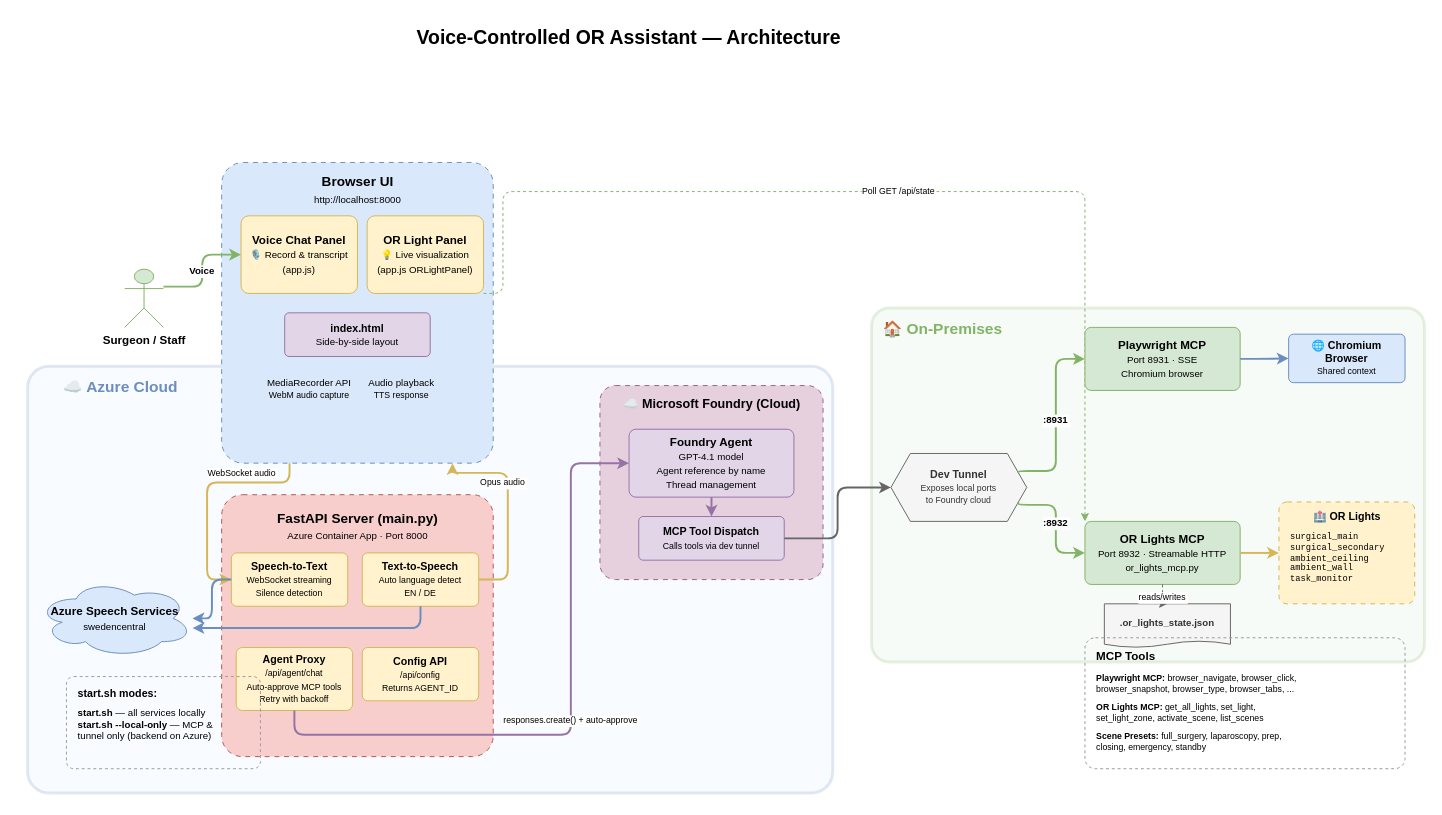
Earlier version of the draw.io diagram voice-ui-approach/architecture.drawio (beyondelastic/speech-demo). Source tidied: cells renumbered, new cells numbered last; positions are measured from the earlier drawing's top-left corner, leaving out a move shared by most shapes. Both pictures are drawn from the tidied source at 97%, with x=0, y=0 at pixel (27, 16).
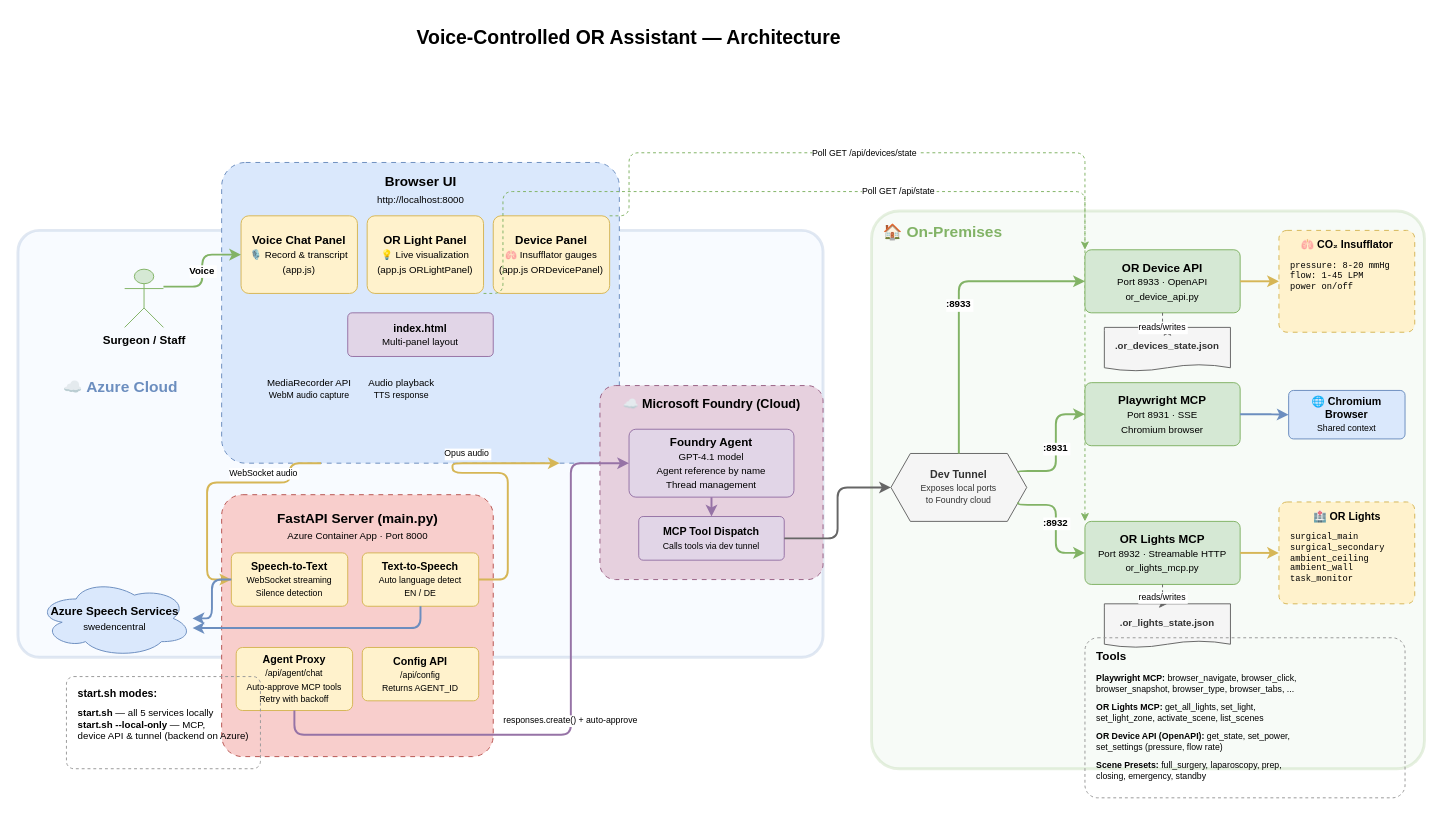
The same page after the edit.

Commit message (it also covers changes not shown here):
feat: Add OR Medical Device Controller API and UI enhancements

Unchanged cells that the change refers to:
```xml
<mxCell id="34" value="Dev Tunnel&lt;br&gt;&lt;font style=&quot;font-size:9px;font-weight:normal;&quot;&gt;Exposes local ports&lt;br&gt;to Foundry cloud&lt;/font&gt;" style="shape=hexagon;perimeter=hexagonPerimeter2;whiteSpace=wrap;html=1;fixedSize=1;fillColor=#f5f5f5;strokeColor=#666666;fontColor=#333333;fontSize=11;fontStyle=1;" parent="1" vertex="1">
  <mxGeometry x="890" y="450" width="140" height="70" as="geometry" />
</mxCell>
```

Diff of the diagram source:
```diff
@@
     <mxCell id="3" style="rounded=1;whiteSpace=wrap;html=1;fillColor=#dae8fc;strokeColor=#6c8ebf;opacity=20;arcSize=5;strokeWidth=3;" parent="1" vertex="1">
-      <mxGeometry y="360" width="830" height="440" as="geometry" />
+      <mxGeometry x="-10" y="220" width="830" height="440" as="geometry" />
     </mxCell>
@@
     <mxCell id="5" style="rounded=1;whiteSpace=wrap;html=1;fillColor=#d5e8d4;strokeColor=#82b366;opacity=20;arcSize=5;strokeWidth=3;" parent="1" vertex="1">
-      <mxGeometry x="870" y="300" width="570" height="365" as="geometry" />
+      <mxGeometry x="870" y="200" width="570" height="575" as="geometry" />
     </mxCell>
     <mxCell id="6" value="🏠 On-Premises" style="text;html=1;fontSize=16;fontStyle=1;align=left;verticalAlign=top;fontColor=#82b366;" parent="1" vertex="1">
-      <mxGeometry x="880" y="305" width="200" height="30" as="geometry" />
+      <mxGeometry x="880" y="205" width="200" height="30" as="geometry" />
     </mxCell>
@@
     <mxCell id="8" style="rounded=1;whiteSpace=wrap;html=1;fillColor=#dae8fc;strokeColor=#6c8ebf;dashed=1;dashPattern=5 5;verticalAlign=top;fontStyle=1;fontSize=13;arcSize=8;" parent="1" vertex="1">
-      <mxGeometry x="200" y="150" width="280" height="310" as="geometry" />
+      <mxGeometry x="200" y="150" width="410" height="310" as="geometry" />
     </mxCell>
     <mxCell id="9" value="Browser UI&lt;br&gt;&lt;font style=&quot;font-size:10px;font-weight:normal;&quot;&gt;http://localhost:8000&lt;/font&gt;" style="text;html=1;fontSize=14;fontStyle=1;align=center;verticalAlign=top;" parent="1" vertex="1">
-      <mxGeometry x="245" y="155" width="190" height="40" as="geometry" />
+      <mxGeometry x="310" y="155" width="190" height="40" as="geometry" />
     </mxCell>
@@
+    <mxCell id="56" value="Device Panel&lt;br&gt;&lt;font style=&quot;font-size:10px;font-weight:normal;&quot;&gt;🫁 Insufflator gauges&lt;br&gt;(app.js ORDevicePanel)&lt;/font&gt;" style="rounded=1;whiteSpace=wrap;html=1;fillColor=#fff2cc;strokeColor=#d6b656;fontSize=12;fontStyle=1;arcSize=10;" parent="1" vertex="1">
+      <mxGeometry x="480" y="205" width="120" height="80" as="geometry" />
+    </mxCell>
-    <mxCell id="12" value="index.html&lt;br&gt;&lt;font style=&quot;font-size:10px;font-weight:normal;&quot;&gt;Side-by-side layout&lt;/font&gt;" style="rounded=1;whiteSpace=wrap;html=1;fillColor=#e1d5e7;strokeColor=#9673a6;fontSize=11;fontStyle=1;arcSize=10;" parent="1" vertex="1">
-      <mxGeometry x="265" y="305" width="150" height="45" as="geometry" />
+    <mxCell id="12" value="index.html&lt;br&gt;&lt;font style=&quot;font-size:10px;font-weight:normal;&quot;&gt;Multi-panel layout&lt;/font&gt;" style="rounded=1;whiteSpace=wrap;html=1;fillColor=#e1d5e7;strokeColor=#9673a6;fontSize=11;fontStyle=1;arcSize=10;" parent="1" vertex="1">
+      <mxGeometry x="330" y="305" width="150" height="45" as="geometry" />
     </mxCell>
@@
     <mxCell id="36" value="Playwright MCP&lt;br&gt;&lt;font style=&quot;font-size:10px;font-weight:normal;&quot;&gt;Port 8931 · SSE&lt;br&gt;Chromium browser&lt;/font&gt;" style="rounded=1;whiteSpace=wrap;html=1;fillColor=#d5e8d4;strokeColor=#82b366;fontSize=12;fontStyle=1;arcSize=10;" parent="1" vertex="1">
-      <mxGeometry x="1090" y="320" width="160" height="65" as="geometry" />
+      <mxGeometry x="1090" y="377" width="160" height="65" as="geometry" />
     </mxCell>
@@
+    <mxCell id="57" value="OR Device API&lt;br&gt;&lt;font style=&quot;font-size:10px;font-weight:normal;&quot;&gt;Port 8933 · OpenAPI&lt;br&gt;or_device_api.py&lt;/font&gt;" style="rounded=1;whiteSpace=wrap;html=1;fillColor=#d5e8d4;strokeColor=#82b366;fontSize=12;fontStyle=1;arcSize=10;" parent="1" vertex="1">
+      <mxGeometry x="1090" y="240" width="160" height="65" as="geometry" />
+    </mxCell>
     <mxCell id="38" value=":8931" style="edgeStyle=orthogonalEdgeStyle;rounded=1;jettySize=auto;exitX=1;exitY=0.25;exitDx=0;exitDy=0;entryX=0;entryY=0.5;entryDx=0;entryDy=0;strokeWidth=2;fontSize=10;fontStyle=1;strokeColor=#82b366;" parent="1" edge="1" source="34" target="36">
       <mxGeometry relative="1" as="geometry">
         <Array as="points">
+          <mxPoint x="1021" y="468" />
           <mxPoint x="1060" y="468" />
-          <mxPoint x="1060" y="353" />
+          <mxPoint x="1060" y="410" />
         </Array>
       </mxGeometry>
     </mxCell>
@@
+    <mxCell id="58" value=":8933" style="edgeStyle=orthogonalEdgeStyle;rounded=1;jettySize=auto;exitX=0.5;exitY=0;exitDx=0;exitDy=0;entryX=0;entryY=0.5;entryDx=0;entryDy=0;strokeWidth=2;fontSize=10;fontStyle=1;strokeColor=#82b366;" parent="1" edge="1" source="34" target="57">
+      <mxGeometry relative="1" as="geometry">
+        <Array as="points">
+          <mxPoint x="960" y="273" />
+        </Array>
+      </mxGeometry>
+    </mxCell>
     <mxCell id="40" value="🌐 Chromium Browser&lt;br&gt;&lt;font style=&quot;font-size:9px;font-weight:normal;&quot;&gt;Shared context&lt;/font&gt;" style="rounded=1;whiteSpace=wrap;html=1;fillColor=#dae8fc;strokeColor=#6c8ebf;fontSize=11;fontStyle=1;arcSize=10;" parent="1" vertex="1">
-      <mxGeometry x="1300" y="327" width="120" height="50" as="geometry" />
+      <mxGeometry x="1300" y="385" width="120" height="50" as="geometry" />
     </mxCell>
@@
+    <mxCell id="59" style="rounded=1;whiteSpace=wrap;html=1;fillColor=#fff2cc;strokeColor=#d6b656;dashed=1;dashPattern=5 5;arcSize=8;" parent="1" vertex="1">
+      <mxGeometry x="1290" y="220" width="140" height="105" as="geometry" />
+    </mxCell>
+    <mxCell id="60" value="🫁 CO₂ Insufflator" style="text;html=1;fontSize=11;fontStyle=1;align=center;verticalAlign=top;" parent="1" vertex="1">
+      <mxGeometry x="1300" y="222" width="120" height="20" as="geometry" />
+    </mxCell>
+    <mxCell id="61" value="pressure: 8-20 mmHg&lt;br&gt;flow: 1-45 LPM&lt;br&gt;power on/off" style="text;html=1;fontSize=9;align=left;verticalAlign=top;fontFamily=Courier New;" parent="1" vertex="1">
+      <mxGeometry x="1300" y="245" width="120" height="70" as="geometry" />
+    </mxCell>
+    <mxCell id="62" style="edgeStyle=orthogonalEdgeStyle;rounded=1;jettySize=auto;strokeWidth=2;fontSize=9;strokeColor=#d6b656;" parent="1" edge="1" source="57" target="59">
+      <mxGeometry relative="1" as="geometry" />
+    </mxCell>
+    <mxCell id="63" value=".or_devices_state.json" style="shape=document;whiteSpace=wrap;html=1;boundedLbl=1;backgroundOutline=1;fillColor=#f5f5f5;strokeColor=#666666;fontColor=#333333;fontSize=10;fontStyle=1;size=0.15;" parent="1" vertex="1">
+      <mxGeometry x="1110" y="320" width="130" height="45" as="geometry" />
+    </mxCell>
+    <mxCell id="64" value="reads/writes" style="edgeStyle=orthogonalEdgeStyle;rounded=1;jettySize=auto;strokeWidth=1;fontSize=9;strokeColor=#666666;dashed=1;" parent="1" edge="1" source="57" target="63">
+      <mxGeometry relative="1" as="geometry" />
+    </mxCell>
+    <mxCell id="65" value="Poll GET /api/devices/state" style="edgeStyle=orthogonalEdgeStyle;rounded=1;jettySize=auto;strokeWidth=1;fontSize=9;strokeColor=#82b366;dashed=1;exitX=1;exitY=0;exitDx=0;exitDy=0;entryX=0;entryY=0;entryDx=0;entryDy=0;" parent="1" edge="1" source="56" target="57">
+      <mxGeometry relative="1" as="geometry">
+        <Array as="points">
+          <mxPoint x="620" y="205" />
+          <mxPoint x="620" y="140" />
+          <mxPoint x="1090" y="140" />
+        </Array>
+      </mxGeometry>
+    </mxCell>
@@
     <mxCell id="48" style="rounded=1;whiteSpace=wrap;html=1;fillColor=none;strokeColor=#999999;dashed=1;arcSize=8;" parent="1" vertex="1">
-      <mxGeometry x="1090" y="640" width="330" height="135" as="geometry" />
+      <mxGeometry x="1090" y="640" width="330" height="165" as="geometry" />
     </mxCell>
-    <mxCell id="49" value="MCP Tools" style="text;html=1;fontSize=12;fontStyle=1;align=left;verticalAlign=top;" parent="1" vertex="1">
+    <mxCell id="49" value="Tools" style="text;html=1;fontSize=12;fontStyle=1;align=left;verticalAlign=top;" parent="1" vertex="1">
       <mxGeometry x="1100" y="645" width="100" height="20" as="geometry" />
     </mxCell>
@@
+    <mxCell id="66" value="&lt;b&gt;OR Device API (OpenAPI):&lt;/b&gt; get_state, set_power,&lt;br&gt;set_settings (pressure, flow rate)" style="text;html=1;fontSize=9;align=left;verticalAlign=top;" parent="1" vertex="1">
+      <mxGeometry x="1100" y="730" width="310" height="30" as="geometry" />
+    </mxCell>
     <mxCell id="52" value="&lt;b&gt;Scene Presets:&lt;/b&gt; full_surgery, laparoscopy, prep,&lt;br&gt;closing, emergency, standby" style="text;html=1;fontSize=9;align=left;verticalAlign=top;" parent="1" vertex="1">
-      <mxGeometry x="1100" y="730" width="310" height="30" as="geometry" />
+      <mxGeometry x="1100" y="760" width="310" height="30" as="geometry" />
     </mxCell>
@@
-    <mxCell id="55" value="&lt;b&gt;start.sh&lt;/b&gt; — all services locally&lt;br&gt;&lt;b&gt;start.sh --local-only&lt;/b&gt; — MCP &amp;amp;&lt;br&gt;tunnel only (backend on Azure)" style="text;html=1;fontSize=10;align=left;verticalAlign=top;" parent="1" vertex="1">
+    <mxCell id="55" value="&lt;b&gt;start.sh&lt;/b&gt; — all 5 services locally&lt;br&gt;&lt;b&gt;start.sh --local-only&lt;/b&gt; — MCP,&lt;br&gt;device API &amp;amp; tunnel (backend on Azure)" style="text;html=1;fontSize=10;align=left;verticalAlign=top;" parent="1" vertex="1">
       <mxGeometry x="50" y="705" width="180" height="60" as="geometry" />
     </mxCell>
```
